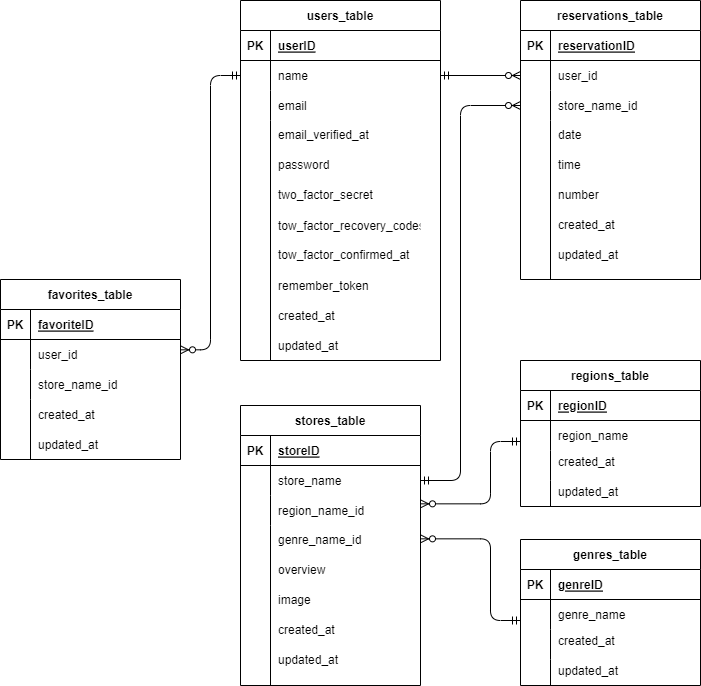
syakuyaku514/contactadvanced-form keeps this draw.io diagram as index.drawio.png. Above is the earlier version. Source tidied: cells renumbered, new cells last; positions are measured from the earlier drawing's top-left corner, leaving out a move shared by most shapes.
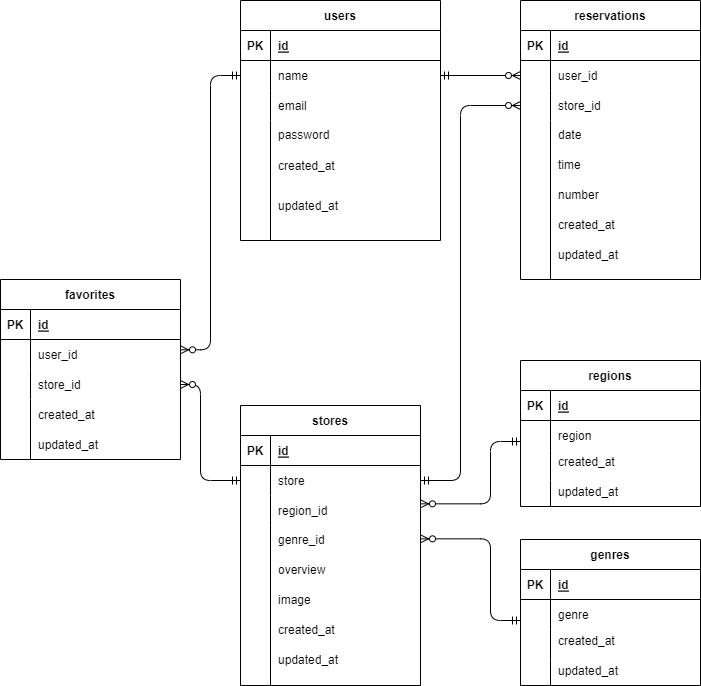
After the commit.

Diff of the diagram source:
```diff
@@ -2,8 +2,8 @@
   <root>
     <mxCell id="0" />
     <mxCell id="1" parent="0" />
-    <mxCell id="2" value="users_table" style="shape=table;startSize=30;rowLines=0;fontStyle=1;align=center;" parent="1" vertex="1">
-      <mxGeometry x="240" width="200" height="360" as="geometry" />
+    <mxCell id="2" value="users" style="shape=table;startSize=30;rowLines=0;fontStyle=1;align=center;" parent="1" vertex="1">
+      <mxGeometry x="240" width="200" height="240" as="geometry" />
     </mxCell>
     <mxCell id="3" style="shape=tableRow;horizontal=0;startSize=0;swimlaneHead=0;swimlaneBody=0;fillColor=none;top=0;left=0;right=0;bottom=1;" parent="2" vertex="1">
       <mxGeometry y="30" width="200" height="30" as="geometry" />
@@ -11,7 +11,7 @@
     <mxCell id="4" value="PK" style="shape=partialRectangle;fillColor=none;top=0;left=0;bottom=0;right=0;fontStyle=1;overflow=hidden;" parent="3" vertex="1">
       <mxGeometry width="30" height="30" as="geometry" />
     </mxCell>
-    <mxCell id="5" value="userID" style="shape=partialRectangle;fillColor=none;top=0;left=0;bottom=0;right=0;align=left;spacingLeft=6;fontStyle=5;overflow=hidden;" parent="3" vertex="1">
+    <mxCell id="5" value="id" style="shape=partialRectangle;fillColor=none;top=0;left=0;bottom=0;right=0;align=left;spacingLeft=6;fontStyle=5;overflow=hidden;" parent="3" vertex="1">
       <mxGeometry x="30" width="170" height="30" as="geometry" />
     </mxCell>
     <mxCell id="6" style="shape=tableRow;horizontal=0;startSize=0;swimlaneHead=0;swimlaneBody=0;fillColor=none;points=[[0,0.5],[1,0.5]];portConstraint=eastwest;top=0;left=0;right=0;bottom=0;" parent="2" vertex="1">
@@ -33,24 +33,24 @@
       <mxGeometry x="30" width="170" height="30" as="geometry" />
     </mxCell>
     <mxCell id="12" style="shape=tableRow;horizontal=0;startSize=0;swimlaneHead=0;swimlaneBody=0;fillColor=none;top=0;left=0;right=0;bottom=0;" parent="2" vertex="1">
-      <mxGeometry y="120" width="200" height="240" as="geometry" />
+      <mxGeometry y="120" width="200" height="120" as="geometry" />
     </mxCell>
     <mxCell id="13" style="shape=partialRectangle;fillColor=none;top=0;left=0;bottom=0;right=0;overflow=hidden;" parent="12" vertex="1">
-      <mxGeometry width="30" height="240" as="geometry" />
+      <mxGeometry width="30" height="120" as="geometry" />
     </mxCell>
     <mxCell id="14" style="shape=partialRectangle;fillColor=none;top=0;left=0;bottom=0;right=0;align=left;spacingLeft=6;overflow=hidden;" parent="12" vertex="1">
-      <mxGeometry x="30" width="170" height="240" as="geometry" />
+      <mxGeometry x="30" width="170" height="120" as="geometry" />
     </mxCell>
     <mxCell id="15" value="password" style="shape=partialRectangle;fillColor=none;top=0;left=0;bottom=0;right=0;align=left;spacingLeft=6;overflow=hidden;" parent="1" vertex="1">
-      <mxGeometry x="270" y="149" width="150" height="30" as="geometry" />
+      <mxGeometry x="270" y="119" width="150" height="30" as="geometry" />
     </mxCell>
     <mxCell id="16" value="created_at" style="shape=partialRectangle;fillColor=none;top=0;left=0;bottom=0;right=0;align=left;spacingLeft=6;overflow=hidden;" parent="1" vertex="1">
-      <mxGeometry x="270" y="300" width="150" height="30" as="geometry" />
+      <mxGeometry x="270" y="150" width="150" height="30" as="geometry" />
     </mxCell>
     <mxCell id="17" value="updated_at" style="shape=partialRectangle;fillColor=none;top=0;left=0;bottom=0;right=0;align=left;spacingLeft=6;overflow=hidden;" parent="1" vertex="1">
-      <mxGeometry x="270" y="330" width="150" height="30" as="geometry" />
+      <mxGeometry x="270" y="190" width="150" height="30" as="geometry" />
     </mxCell>
-    <mxCell id="18" value="reservations_table" style="shape=table;startSize=30;rowLines=0;fontStyle=1;align=center;" parent="1" vertex="1">
+    <mxCell id="18" value="reservations" style="shape=table;startSize=30;rowLines=0;fontStyle=1;align=center;" parent="1" vertex="1">
       <mxGeometry x="520" width="180" height="279" as="geometry" />
     </mxCell>
     <mxCell id="19" style="shape=tableRow;horizontal=0;startSize=0;swimlaneHead=0;swimlaneBody=0;fillColor=none;top=0;left=0;right=0;bottom=1;" parent="18" vertex="1">
@@ -59,7 +59,7 @@
     <mxCell id="20" value="PK" style="shape=partialRectangle;fillColor=none;top=0;left=0;bottom=0;right=0;fontStyle=1;overflow=hidden;" parent="19" vertex="1">
       <mxGeometry width="30" height="30" as="geometry" />
     </mxCell>
-    <mxCell id="21" value="reservationID" style="shape=partialRectangle;fillColor=none;top=0;left=0;bottom=0;right=0;align=left;spacingLeft=6;fontStyle=5;overflow=hidden;" parent="19" vertex="1">
+    <mxCell id="21" value="id" style="shape=partialRectangle;fillColor=none;top=0;left=0;bottom=0;right=0;align=left;spacingLeft=6;fontStyle=5;overflow=hidden;" parent="19" vertex="1">
       <mxGeometry x="30" width="150" height="30" as="geometry" />
     </mxCell>
     <mxCell id="22" style="shape=tableRow;horizontal=0;startSize=0;swimlaneHead=0;swimlaneBody=0;fillColor=none;points=[[0,0.5],[1,0.5]];portConstraint=eastwest;top=0;left=0;right=0;bottom=0;" parent="18" vertex="1">
@@ -77,7 +77,7 @@
     <mxCell id="26" style="shape=partialRectangle;fillColor=none;top=0;left=0;bottom=0;right=0;overflow=hidden;" parent="25" vertex="1">
       <mxGeometry width="30" height="30" as="geometry" />
     </mxCell>
-    <mxCell id="27" value="store_name_id" style="shape=partialRectangle;fillColor=none;top=0;left=0;bottom=0;right=0;align=left;spacingLeft=6;overflow=hidden;" parent="25" vertex="1">
+    <mxCell id="27" value="store_id" style="shape=partialRectangle;fillColor=none;top=0;left=0;bottom=0;right=0;align=left;spacingLeft=6;overflow=hidden;" parent="25" vertex="1">
       <mxGeometry x="30" width="150" height="30" as="geometry" />
     </mxCell>
     <mxCell id="28" style="shape=tableRow;horizontal=0;startSize=0;swimlaneHead=0;swimlaneBody=0;fillColor=none;top=0;left=0;right=0;bottom=0;" parent="18" vertex="1">
@@ -104,7 +104,7 @@
     <mxCell id="35" value="number" style="shape=partialRectangle;fillColor=none;top=0;left=0;bottom=0;right=0;align=left;spacingLeft=6;overflow=hidden;" parent="1" vertex="1">
       <mxGeometry x="550" y="179" width="150" height="30" as="geometry" />
     </mxCell>
-    <mxCell id="36" value="favorites_table" style="shape=table;startSize=30;rowLines=0;fontStyle=1;align=center;" parent="1" vertex="1">
+    <mxCell id="36" value="favorites" style="shape=table;startSize=30;rowLines=0;fontStyle=1;align=center;" parent="1" vertex="1">
       <mxGeometry y="279" width="180" height="180" as="geometry" />
     </mxCell>
     <mxCell id="37" style="shape=tableRow;horizontal=0;startSize=0;swimlaneHead=0;swimlaneBody=0;fillColor=none;top=0;left=0;right=0;bottom=1;" parent="36" vertex="1">
@@ -113,7 +113,7 @@
     <mxCell id="38" value="PK" style="shape=partialRectangle;fillColor=none;top=0;left=0;bottom=0;right=0;fontStyle=1;overflow=hidden;" parent="37" vertex="1">
       <mxGeometry width="30" height="30" as="geometry" />
     </mxCell>
-    <mxCell id="39" value="favoriteID" style="shape=partialRectangle;fillColor=none;top=0;left=0;bottom=0;right=0;align=left;spacingLeft=6;fontStyle=5;overflow=hidden;" parent="37" vertex="1">
+    <mxCell id="39" value="id" style="shape=partialRectangle;fillColor=none;top=0;left=0;bottom=0;right=0;align=left;spacingLeft=6;fontStyle=5;overflow=hidden;" parent="37" vertex="1">
       <mxGeometry x="30" width="150" height="30" as="geometry" />
     </mxCell>
     <mxCell id="40" style="shape=tableRow;horizontal=0;startSize=0;swimlaneHead=0;swimlaneBody=0;fillColor=none;points=[[0,0.5],[1,0.5]];portConstraint=eastwest;top=0;left=0;right=0;bottom=0;" parent="36" vertex="1">
@@ -131,7 +131,7 @@
     <mxCell id="44" style="shape=partialRectangle;fillColor=none;top=0;left=0;bottom=0;right=0;overflow=hidden;" parent="43" vertex="1">
       <mxGeometry width="30" height="30" as="geometry" />
     </mxCell>
-    <mxCell id="45" value="store_name_id" style="shape=partialRectangle;fillColor=none;top=0;left=0;bottom=0;right=0;align=left;spacingLeft=6;overflow=hidden;" parent="43" vertex="1">
+    <mxCell id="45" value="store_id" style="shape=partialRectangle;fillColor=none;top=0;left=0;bottom=0;right=0;align=left;spacingLeft=6;overflow=hidden;" parent="43" vertex="1">
       <mxGeometry x="30" width="150" height="30" as="geometry" />
     </mxCell>
     <mxCell id="46" style="shape=tableRow;horizontal=0;startSize=0;swimlaneHead=0;swimlaneBody=0;fillColor=none;top=0;left=0;right=0;bottom=0;" parent="36" vertex="1">
@@ -149,7 +149,7 @@
     <mxCell id="50" value="updated_at" style="shape=partialRectangle;fillColor=none;top=0;left=0;bottom=0;right=0;align=left;spacingLeft=6;overflow=hidden;" parent="1" vertex="1">
       <mxGeometry x="30" y="429" width="150" height="30" as="geometry" />
     </mxCell>
-    <mxCell id="51" value="stores_table" style="shape=table;startSize=30;rowLines=0;fontStyle=1;align=center;" parent="1" vertex="1">
+    <mxCell id="51" value="stores" style="shape=table;startSize=30;rowLines=0;fontStyle=1;align=center;" parent="1" vertex="1">
       <mxGeometry x="240" y="405" width="180" height="280" as="geometry" />
     </mxCell>
     <mxCell id="52" style="shape=tableRow;horizontal=0;startSize=0;swimlaneHead=0;swimlaneBody=0;fillColor=none;top=0;left=0;right=0;bottom=1;" parent="51" vertex="1">
@@ -158,7 +158,7 @@
     <mxCell id="53" value="PK" style="shape=partialRectangle;fillColor=none;top=0;left=0;bottom=0;right=0;fontStyle=1;overflow=hidden;" parent="52" vertex="1">
       <mxGeometry width="30" height="30" as="geometry" />
     </mxCell>
-    <mxCell id="54" value="storeID" style="shape=partialRectangle;fillColor=none;top=0;left=0;bottom=0;right=0;align=left;spacingLeft=6;fontStyle=5;overflow=hidden;" parent="52" vertex="1">
+    <mxCell id="54" value="id" style="shape=partialRectangle;fillColor=none;top=0;left=0;bottom=0;right=0;align=left;spacingLeft=6;fontStyle=5;overflow=hidden;" parent="52" vertex="1">
       <mxGeometry x="30" width="150" height="30" as="geometry" />
     </mxCell>
     <mxCell id="55" style="shape=tableRow;horizontal=0;startSize=0;swimlaneHead=0;swimlaneBody=0;fillColor=none;points=[[0,0.5],[1,0.5]];portConstraint=eastwest;top=0;left=0;right=0;bottom=0;" parent="51" vertex="1">
@@ -167,7 +167,7 @@
     <mxCell id="56" style="shape=partialRectangle;fillColor=none;top=0;left=0;bottom=0;right=0;overflow=hidden;" parent="55" vertex="1">
       <mxGeometry width="30" height="30" as="geometry" />
     </mxCell>
-    <mxCell id="57" value="store_name" style="shape=partialRectangle;fillColor=none;top=0;left=0;bottom=0;right=0;align=left;spacingLeft=6;overflow=hidden;" parent="55" vertex="1">
+    <mxCell id="57" value="store" style="shape=partialRectangle;fillColor=none;top=0;left=0;bottom=0;right=0;align=left;spacingLeft=6;overflow=hidden;" parent="55" vertex="1">
       <mxGeometry x="30" width="150" height="30" as="geometry" />
     </mxCell>
     <mxCell id="58" style="shape=tableRow;horizontal=0;startSize=0;swimlaneHead=0;swimlaneBody=0;fillColor=none;points=[[0,0.5],[1,0.5]];portConstraint=eastwest;top=0;left=0;right=0;bottom=0;" parent="51" vertex="1">
@@ -176,7 +176,7 @@
     <mxCell id="59" style="shape=partialRectangle;fillColor=none;top=0;left=0;bottom=0;right=0;overflow=hidden;" parent="58" vertex="1">
       <mxGeometry width="30" height="30" as="geometry" />
     </mxCell>
-    <mxCell id="60" value="region_name_id" style="shape=partialRectangle;fillColor=none;top=0;left=0;bottom=0;right=0;align=left;spacingLeft=6;overflow=hidden;" parent="58" vertex="1">
+    <mxCell id="60" value="region_id" style="shape=partialRectangle;fillColor=none;top=0;left=0;bottom=0;right=0;align=left;spacingLeft=6;overflow=hidden;" parent="58" vertex="1">
       <mxGeometry x="30" width="150" height="30" as="geometry" />
     </mxCell>
     <mxCell id="61" style="shape=tableRow;horizontal=0;startSize=0;swimlaneHead=0;swimlaneBody=0;fillColor=none;top=0;left=0;right=0;bottom=0;" parent="51" vertex="1">
@@ -188,7 +188,7 @@
     <mxCell id="63" style="shape=partialRectangle;fillColor=none;top=0;left=0;bottom=0;right=0;align=left;spacingLeft=6;overflow=hidden;" parent="61" vertex="1">
       <mxGeometry x="30" width="150" height="160" as="geometry" />
     </mxCell>
-    <mxCell id="64" value="genre_name_id" style="shape=partialRectangle;fillColor=none;top=0;left=0;bottom=0;right=0;align=left;spacingLeft=6;overflow=hidden;" parent="1" vertex="1">
+    <mxCell id="64" value="genre_id" style="shape=partialRectangle;fillColor=none;top=0;left=0;bottom=0;right=0;align=left;spacingLeft=6;overflow=hidden;" parent="1" vertex="1">
       <mxGeometry x="270" y="524" width="150" height="30" as="geometry" />
     </mxCell>
     <mxCell id="65" value="created_at" style="shape=partialRectangle;fillColor=none;top=0;left=0;bottom=0;right=0;align=left;spacingLeft=6;overflow=hidden;" parent="1" vertex="1">
@@ -203,7 +203,7 @@
     <mxCell id="68" value="image" style="shape=partialRectangle;fillColor=none;top=0;left=0;bottom=0;right=0;align=left;spacingLeft=6;overflow=hidden;" parent="1" vertex="1">
       <mxGeometry x="270" y="584" width="150" height="30" as="geometry" />
     </mxCell>
-    <mxCell id="69" value="regions_table" style="shape=table;startSize=30;rowLines=0;fontStyle=1;align=center;" parent="1" vertex="1">
+    <mxCell id="69" value="regions" style="shape=table;startSize=30;rowLines=0;fontStyle=1;align=center;" parent="1" vertex="1">
       <mxGeometry x="520" y="360" width="180" height="146" as="geometry" />
     </mxCell>
     <mxCell id="70" style="shape=tableRow;horizontal=0;startSize=0;swimlaneHead=0;swimlaneBody=0;fillColor=none;top=0;left=0;right=0;bottom=1;" parent="69" vertex="1">
@@ -212,7 +212,7 @@
     <mxCell id="71" value="PK" style="shape=partialRectangle;fillColor=none;top=0;left=0;bottom=0;right=0;fontStyle=1;overflow=hidden;" parent="70" vertex="1">
       <mxGeometry width="30" height="30" as="geometry" />
     </mxCell>
-    <mxCell id="72" value="regionID" style="shape=partialRectangle;fillColor=none;top=0;left=0;bottom=0;right=0;align=left;spacingLeft=6;fontStyle=5;overflow=hidden;" parent="70" vertex="1">
+    <mxCell id="72" value="id" style="shape=partialRectangle;fillColor=none;top=0;left=0;bottom=0;right=0;align=left;spacingLeft=6;fontStyle=5;overflow=hidden;" parent="70" vertex="1">
       <mxGeometry x="30" width="150" height="30" as="geometry" />
     </mxCell>
     <mxCell id="73" style="shape=tableRow;horizontal=0;startSize=0;swimlaneHead=0;swimlaneBody=0;fillColor=none;top=0;left=0;right=0;bottom=0;" parent="69" vertex="1">
@@ -221,7 +221,7 @@
     <mxCell id="74" style="shape=partialRectangle;fillColor=none;top=0;left=0;bottom=0;right=0;overflow=hidden;" parent="73" vertex="1">
       <mxGeometry width="30" height="30" as="geometry" />
     </mxCell>
-    <mxCell id="75" value="region_name" style="shape=partialRectangle;fillColor=none;top=0;left=0;bottom=0;right=0;align=left;spacingLeft=6;overflow=hidden;" parent="73" vertex="1">
+    <mxCell id="75" value="region" style="shape=partialRectangle;fillColor=none;top=0;left=0;bottom=0;right=0;align=left;spacingLeft=6;overflow=hidden;" parent="73" vertex="1">
       <mxGeometry x="30" width="150" height="30" as="geometry" />
     </mxCell>
     <mxCell id="76" style="shape=tableRow;horizontal=0;startSize=0;swimlaneHead=0;swimlaneBody=0;fillColor=none;top=0;left=0;right=0;bottom=0;" parent="69" vertex="1">
@@ -248,7 +248,7 @@
     <mxCell id="83" value="updated_at" style="shape=partialRectangle;fillColor=none;top=0;left=0;bottom=0;right=0;align=left;spacingLeft=6;overflow=hidden;" parent="1" vertex="1">
       <mxGeometry x="550" y="476" width="150" height="30" as="geometry" />
     </mxCell>
-    <mxCell id="84" value="genres_table" style="shape=table;startSize=30;rowLines=0;fontStyle=1;align=center;" parent="1" vertex="1">
+    <mxCell id="84" value="genres" style="shape=table;startSize=30;rowLines=0;fontStyle=1;align=center;" parent="1" vertex="1">
       <mxGeometry x="520" y="539" width="180" height="146" as="geometry" />
     </mxCell>
     <mxCell id="85" style="shape=tableRow;horizontal=0;startSize=0;swimlaneHead=0;swimlaneBody=0;fillColor=none;top=0;left=0;right=0;bottom=1;" parent="84" vertex="1">
@@ -257,7 +257,7 @@
     <mxCell id="86" value="PK" style="shape=partialRectangle;fillColor=none;top=0;left=0;bottom=0;right=0;fontStyle=1;overflow=hidden;" parent="85" vertex="1">
       <mxGeometry width="30" height="30" as="geometry" />
     </mxCell>
-    <mxCell id="87" value="genreID" style="shape=partialRectangle;fillColor=none;top=0;left=0;bottom=0;right=0;align=left;spacingLeft=6;fontStyle=5;overflow=hidden;" parent="85" vertex="1">
+    <mxCell id="87" value="id" style="shape=partialRectangle;fillColor=none;top=0;left=0;bottom=0;right=0;align=left;spacingLeft=6;fontStyle=5;overflow=hidden;" parent="85" vertex="1">
       <mxGeometry x="30" width="150" height="30" as="geometry" />
     </mxCell>
     <mxCell id="88" style="shape=tableRow;horizontal=0;startSize=0;swimlaneHead=0;swimlaneBody=0;fillColor=none;top=0;left=0;right=0;bottom=0;" parent="84" vertex="1">
@@ -266,7 +266,7 @@
     <mxCell id="89" style="shape=partialRectangle;fillColor=none;top=0;left=0;bottom=0;right=0;overflow=hidden;" parent="88" vertex="1">
       <mxGeometry width="30" height="30" as="geometry" />
     </mxCell>
-    <mxCell id="90" value="genre_name" style="shape=partialRectangle;fillColor=none;top=0;left=0;bottom=0;right=0;align=left;spacingLeft=6;overflow=hidden;" parent="88" vertex="1">
+    <mxCell id="90" value="genre" style="shape=partialRectangle;fillColor=none;top=0;left=0;bottom=0;right=0;align=left;spacingLeft=6;overflow=hidden;" parent="88" vertex="1">
       <mxGeometry x="30" width="150" height="30" as="geometry" />
     </mxCell>
     <mxCell id="91" style="shape=tableRow;horizontal=0;startSize=0;swimlaneHead=0;swimlaneBody=0;fillColor=none;top=0;left=0;right=0;bottom=0;" parent="84" vertex="1">
@@ -332,20 +332,13 @@
         </Array>
       </mxGeometry>
     </mxCell>
-    <mxCell id="104" value="email_verified_at" style="shape=partialRectangle;fillColor=none;top=0;left=0;bottom=0;right=0;align=left;spacingLeft=6;overflow=hidden;" parent="1" vertex="1">
-      <mxGeometry x="270" y="119" width="150" height="30" as="geometry" />
-    </mxCell>
-    <mxCell id="105" value="two_factor_secret" style="shape=partialRectangle;fillColor=none;top=0;left=0;bottom=0;right=0;align=left;spacingLeft=6;overflow=hidden;" parent="1" vertex="1">
-      <mxGeometry x="270" y="179" width="150" height="30" as="geometry" />
-    </mxCell>
-    <mxCell id="106" value="tow_factor_recovery_codes" style="shape=partialRectangle;fillColor=none;top=0;left=0;bottom=0;right=0;align=left;spacingLeft=6;overflow=hidden;" parent="1" vertex="1">
-      <mxGeometry x="270" y="209" width="150" height="31" as="geometry" />
-    </mxCell>
-    <mxCell id="107" value="tow_factor_confirmed_at" style="shape=partialRectangle;fillColor=none;top=0;left=0;bottom=0;right=0;align=left;spacingLeft=6;overflow=hidden;" parent="1" vertex="1">
-      <mxGeometry x="270" y="239" width="150" height="30" as="geometry" />
-    </mxCell>
-    <mxCell id="108" value="remember_token" style="shape=partialRectangle;fillColor=none;top=0;left=0;bottom=0;right=0;align=left;spacingLeft=6;overflow=hidden;" parent="1" vertex="1">
-      <mxGeometry x="270" y="270" width="150" height="30" as="geometry" />
+    <mxCell id="108" style="edgeStyle=elbowEdgeStyle;fontSize=12;html=1;endArrow=ERzeroToMany;startArrow=ERmandOne;entryX=1;entryY=0.5;entryDx=0;entryDy=0;exitX=0;exitY=0.5;exitDx=0;exitDy=0;" parent="1" edge="1" source="55" target="43">
+      <mxGeometry relative="1" as="geometry">
+        <Array as="points">
+          <mxPoint x="200" y="400" />
+          <mxPoint x="200" y="110" />
+        </Array>
+      </mxGeometry>
     </mxCell>
   </root>
 </mxGraphModel>
```
